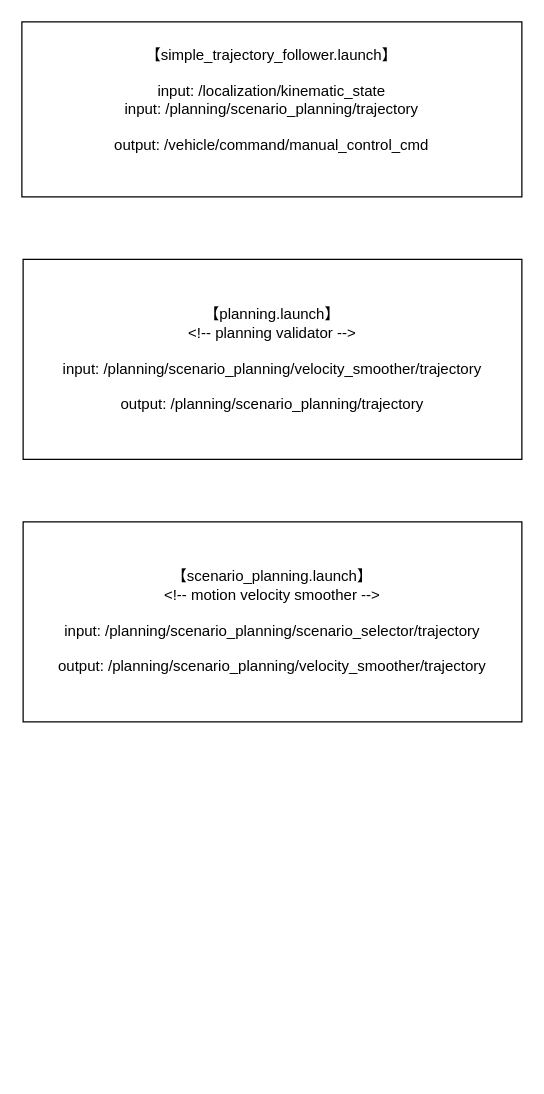
Before: autoware_trajectory.drawio in wxxsusie/files, a draw.io diagram. Source tidied: cells renumbered, new cells numbered last; positions are measured from the earlier drawing's top-left corner, leaving out a move shared by most shapes. Both pictures are drawn from the tidied source at 125%, with x=0, y=0 at pixel (21, 21).
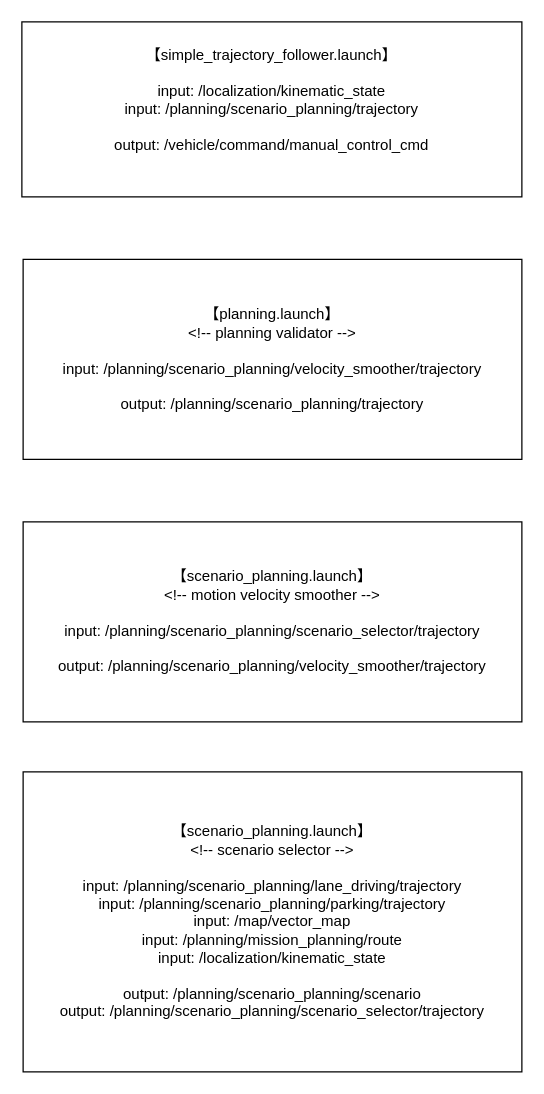
After the change.

The edit, as a diff of the source:
```diff
@@
 <mxGraphModel>
   <root>
     <mxCell id="0" />
     <mxCell id="1" parent="0" />
     <mxCell id="2" value="【simple_trajectory_follower.launch】&lt;div&gt;&lt;br&gt;&lt;div&gt;input: /localization/kinematic_state&lt;/div&gt;&lt;div&gt;input: /planning/scenario_planning/trajectory&lt;/div&gt;&lt;div&gt;&lt;br&gt;&lt;/div&gt;&lt;div&gt;output: /vehicle/command/manual_control_cmd&lt;/div&gt;&lt;div&gt;&lt;br&gt;&lt;/div&gt;&lt;/div&gt;" style="rounded=0;whiteSpace=wrap;html=1;" parent="1" vertex="1">
       <mxGeometry width="400" height="140" as="geometry" />
     </mxCell>
     <mxCell id="3" value="【planning.launch】&lt;div&gt;&amp;lt;!-- planning validator --&amp;gt;&lt;/div&gt;&lt;div&gt;&lt;br&gt;&lt;/div&gt;&lt;div&gt;input: /planning/scenario_planning/velocity_smoother&lt;span style=&quot;background-color: initial;&quot;&gt;/trajectory&lt;/span&gt;&lt;/div&gt;&lt;div&gt;&lt;br&gt;&lt;/div&gt;&lt;div&gt;output: /planning/scenario_planning/trajectory&lt;/div&gt;" style="rounded=0;whiteSpace=wrap;html=1;" parent="1" vertex="1">
       <mxGeometry x="1" y="190" width="399" height="160" as="geometry" />
     </mxCell>
     <mxCell id="4" value="【scenario_planning.launch】&lt;div&gt;&lt;span style=&quot;font-size: 12px;&quot;&gt;&amp;lt;!-- motion velocity smoother --&amp;gt;&lt;/span&gt;&lt;br&gt;&lt;/div&gt;&lt;div&gt;&lt;span style=&quot;font-size: 12px;&quot;&gt;&lt;br&gt;&lt;/span&gt;&lt;/div&gt;&lt;div&gt;&lt;span style=&quot;font-size: 12px;&quot;&gt;input: /planning/scenario_planning/scenario_selector/trajectory&lt;/span&gt;&lt;/div&gt;&lt;div&gt;&lt;span style=&quot;font-size: 12px;&quot;&gt;&lt;br&gt;&lt;/span&gt;&lt;/div&gt;&lt;div&gt;&lt;span style=&quot;font-size: 12px;&quot;&gt;output: /planning/scenario_planning/velocity_smoother/trajectory&lt;/span&gt;&lt;/div&gt;" style="rounded=0;whiteSpace=wrap;html=1;" parent="1" vertex="1">
       <mxGeometry x="1" y="400" width="399" height="160" as="geometry" />
     </mxCell>
+    <mxCell id="5" value="【scenario_planning.launch】&lt;div&gt;&lt;span style=&quot;font-size: 12px;&quot;&gt;&amp;lt;!-- scenario selector --&amp;gt;&lt;/span&gt;&lt;br&gt;&lt;/div&gt;&lt;div&gt;&lt;span style=&quot;font-size: 12px;&quot;&gt;&lt;br&gt;&lt;/span&gt;&lt;/div&gt;&lt;div&gt;&lt;span style=&quot;font-size: 12px;&quot;&gt;input:&amp;nbsp;&lt;/span&gt;&lt;span style=&quot;background-color: initial; font-size: 12px;&quot;&gt;/planning/scenario_planning/lane_driving/trajectory&lt;/span&gt;&lt;/div&gt;&lt;div&gt;&lt;span style=&quot;background-color: initial; font-size: 12px;&quot;&gt;input:&amp;nbsp;&lt;/span&gt;&lt;span style=&quot;background-color: initial; font-size: 12px;&quot;&gt;/planning/scenario_planning/parking/trajectory&lt;/span&gt;&lt;/div&gt;&lt;div&gt;&lt;span style=&quot;background-color: initial; font-size: 12px;&quot;&gt;input:&amp;nbsp;&lt;/span&gt;&lt;span style=&quot;background-color: initial; font-size: 12px;&quot;&gt;/map/vector_map&lt;/span&gt;&lt;/div&gt;&lt;div&gt;&lt;span style=&quot;background-color: initial; font-size: 12px;&quot;&gt;input:&amp;nbsp;&lt;/span&gt;&lt;span style=&quot;background-color: initial; font-size: 12px;&quot;&gt;/planning/mission_planning/route&lt;/span&gt;&lt;/div&gt;&lt;div&gt;&lt;span style=&quot;background-color: initial; font-size: 12px;&quot;&gt;input:&amp;nbsp;&lt;/span&gt;&lt;span style=&quot;background-color: initial; font-size: 12px;&quot;&gt;/localization/kinematic_state&lt;/span&gt;&lt;/div&gt;&lt;div&gt;&lt;span style=&quot;background-color: initial; font-size: 12px;&quot;&gt;&lt;br&gt;&lt;/span&gt;&lt;/div&gt;&lt;div&gt;&lt;span style=&quot;background-color: initial; font-size: 12px;&quot;&gt;output: &lt;/span&gt;&lt;span style=&quot;background-color: initial; font-size: 12px;&quot;&gt;/planning/scenario_planning/scenario&lt;/span&gt;&lt;/div&gt;&lt;div&gt;&lt;span style=&quot;background-color: initial; font-size: 12px;&quot;&gt;output:&amp;nbsp;&lt;/span&gt;&lt;span style=&quot;background-color: initial; font-size: 12px;&quot;&gt;/planning/scenario_planning/scenario_selector/trajectory&lt;/span&gt;&lt;/div&gt;" style="rounded=0;whiteSpace=wrap;html=1;" parent="1" vertex="1">
+      <mxGeometry x="1" y="600" width="399" height="240" as="geometry" />
+    </mxCell>
   </root>
 </mxGraphModel>
```
